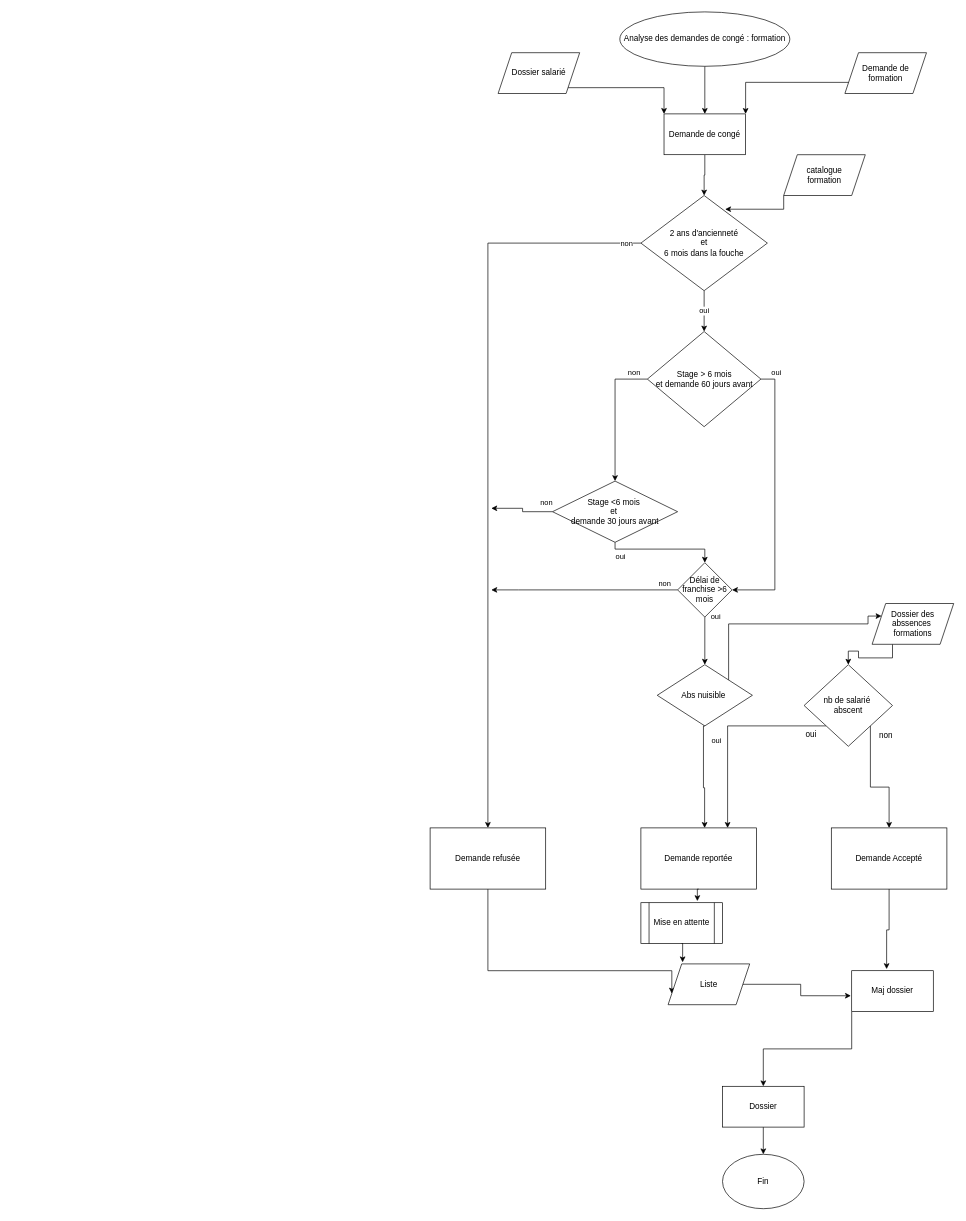
Earlier version of the draw.io diagram cours/R2.10b/R2_10b.drawio (Nereoll/draw.io). Source tidied: cells renumbered, new cells numbered last; positions are measured from the earlier drawing's top-left corner, leaving out a move shared by most shapes. Both pictures are drawn from the tidied source at 68%, with x=0, y=0 at pixel (430, 12).
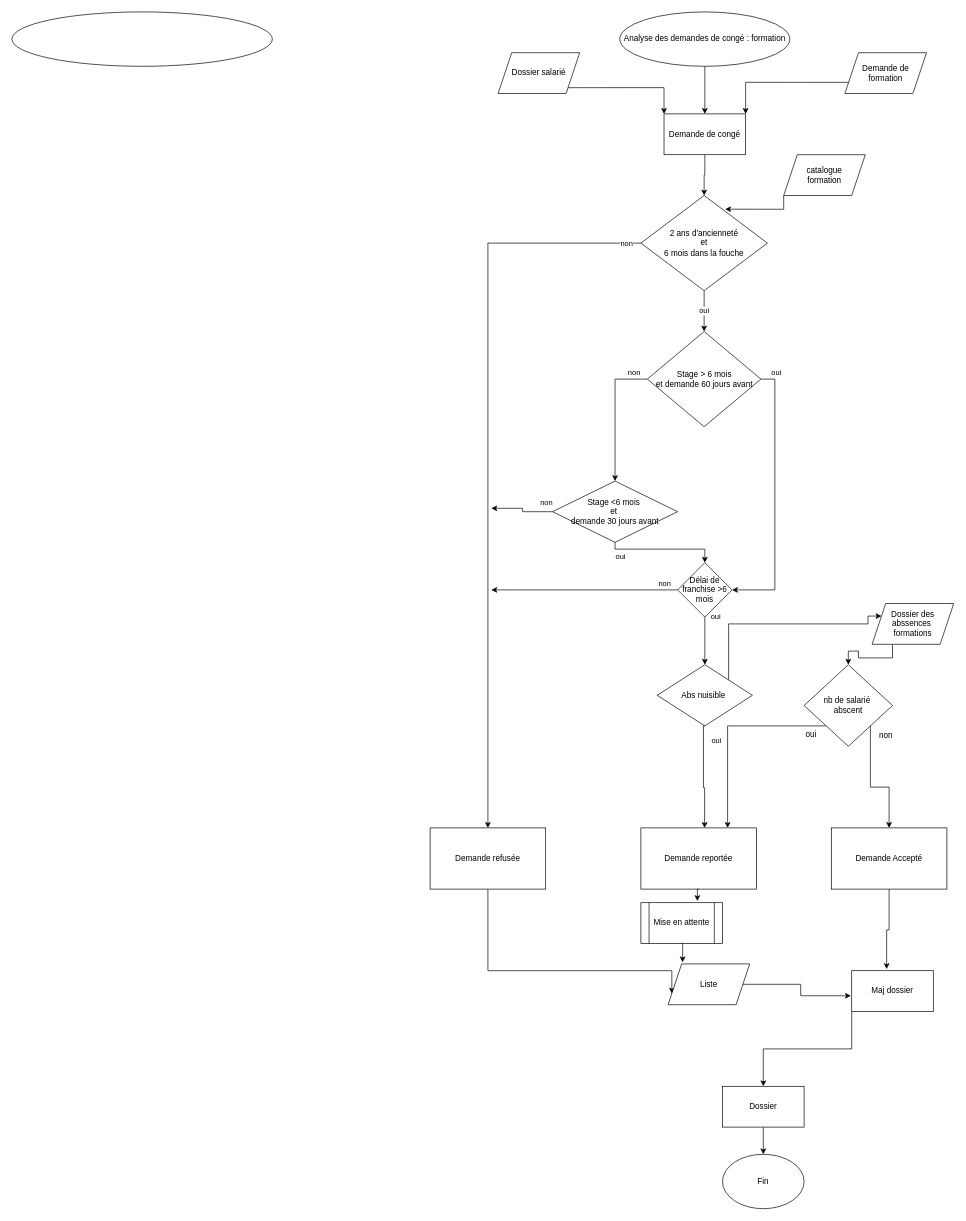
Above is the later version.

Commit message:
Mettre à jour R2_10b.drawio

Change to the diagram source:
```diff
@@
+    <mxCell id="55" style="ellipse;whiteSpace=wrap;html=1;" parent="1" vertex="1">
+      <mxGeometry x="-615" width="383" height="80" as="geometry" />
+    </mxCell>
```
